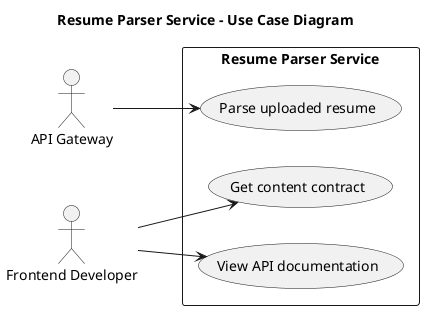
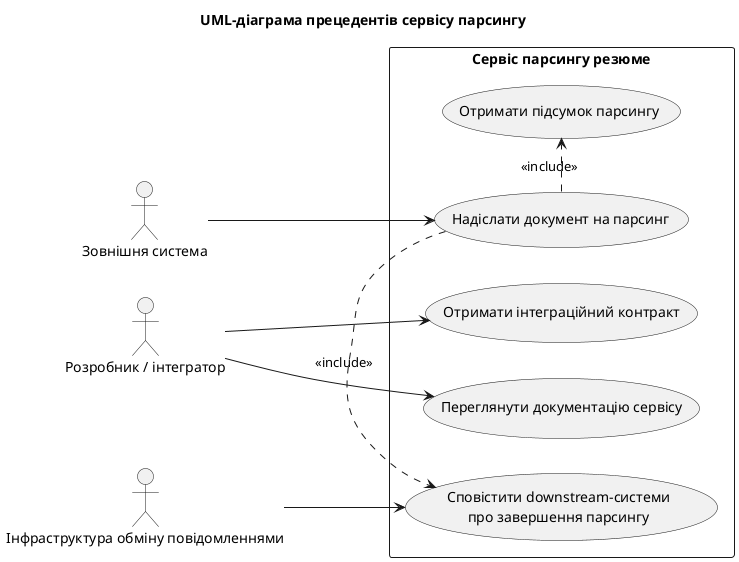
@startuml
- title Resume Parser Service - Use Case Diagram
+ title UML-діаграма прецедентів сервісу парсингу

left to right direction
skinparam shadowing false

- actor "API Gateway" as Gateway
- actor "Frontend Developer" as FrontendDev
+ actor "Зовнішня система" as ExternalSystem
+ actor "Розробник / інтегратор" as Integrator
+ actor "Інфраструктура обміну повідомленнями" as Messaging

- rectangle "Resume Parser Service" {
-   usecase "Parse uploaded resume" as UCParse
-   usecase "Get content contract" as UCContract
-   usecase "View API documentation" as UCDocs
+ rectangle "Сервіс парсингу резюме" {
+   usecase "Надіслати документ на парсинг" as UCParse
+   usecase "Отримати підсумок парсингу" as UCResult
+   usecase "Отримати інтеграційний контракт" as UCContract
+   usecase "Переглянути документацію сервісу" as UCDocs
+   usecase "Сповістити downstream-системи\nпро завершення парсингу" as UCNotify
}

- Gateway --> UCParse
- FrontendDev --> UCContract
- FrontendDev --> UCDocs
+ ExternalSystem --> UCParse
+ UCParse .> UCResult : <<include>>
+ UCParse .> UCNotify : <<include>>
+ Integrator --> UCContract
+ Integrator --> UCDocs
+ Messaging --> UCNotify

@enduml
